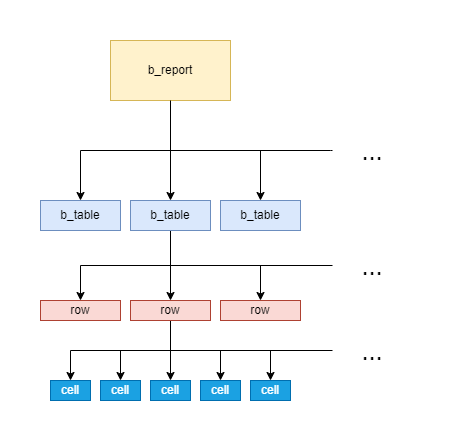
Above: .gitbook/assets/b_report_hierarchy.png in OtabekToshkanov/biruni-docs (draw.io), before the change. Source tidied: cells renumbered, new cells last; positions are measured from the earlier drawing's top-left corner, leaving out a move shared by most shapes. The source it was exported from:
```xml
<mxGraphModel>
  <root>
    <mxCell id="0" />
    <mxCell id="1" parent="0" />
    <mxCell id="2" style="edgeStyle=orthogonalEdgeStyle;rounded=0;jettySize=auto;html=1;" parent="1" edge="1" source="5" target="6">
      <mxGeometry relative="1" as="geometry" />
    </mxCell>
    <mxCell id="3" style="edgeStyle=orthogonalEdgeStyle;rounded=0;jettySize=auto;html=1;entryX=0.5;entryY=0;entryDx=0;entryDy=0;" parent="1" edge="1" source="5" target="13">
      <mxGeometry relative="1" as="geometry" />
    </mxCell>
    <mxCell id="4" style="edgeStyle=orthogonalEdgeStyle;rounded=0;jettySize=auto;html=1;entryX=0;entryY=0.5;entryDx=0;entryDy=0;exitX=0.5;exitY=1;exitDx=0;exitDy=0;endArrow=none;startFill=0;" parent="1" edge="1" source="5" target="14">
      <mxGeometry relative="1" as="geometry">
        <Array as="points">
          <mxPoint x="130" y="110" />
          <mxPoint x="290" y="110" />
        </Array>
      </mxGeometry>
    </mxCell>
    <mxCell id="5" value="b_report" style="whiteSpace=wrap;html=1;fillColor=#fff2cc;strokeColor=#d6b656;" parent="1" vertex="1">
      <mxGeometry x="70" width="120" height="60" as="geometry" />
    </mxCell>
    <mxCell id="6" value="b_table" style="whiteSpace=wrap;html=1;fillColor=#dae8fc;strokeColor=#6c8ebf;" parent="1" vertex="1">
      <mxGeometry y="160" width="80" height="30" as="geometry" />
    </mxCell>
    <mxCell id="7" style="edgeStyle=orthogonalEdgeStyle;rounded=0;jettySize=auto;html=1;exitX=0.5;exitY=1;exitDx=0;exitDy=0;" parent="1" edge="1" source="5" target="12">
      <mxGeometry relative="1" as="geometry" />
    </mxCell>
    <mxCell id="8" style="edgeStyle=orthogonalEdgeStyle;rounded=0;jettySize=auto;html=1;exitX=0.5;exitY=1;exitDx=0;exitDy=0;" parent="1" edge="1" source="12" target="15">
      <mxGeometry relative="1" as="geometry" />
    </mxCell>
    <mxCell id="9" style="edgeStyle=orthogonalEdgeStyle;rounded=0;jettySize=auto;html=1;entryX=0.5;entryY=0;entryDx=0;entryDy=0;" parent="1" edge="1" source="12" target="22">
      <mxGeometry relative="1" as="geometry" />
    </mxCell>
    <mxCell id="10" style="edgeStyle=orthogonalEdgeStyle;rounded=0;jettySize=auto;html=1;entryX=0.5;entryY=0;entryDx=0;entryDy=0;exitX=0.5;exitY=1;exitDx=0;exitDy=0;" parent="1" edge="1" source="12" target="23">
      <mxGeometry relative="1" as="geometry" />
    </mxCell>
    <mxCell id="11" style="edgeStyle=orthogonalEdgeStyle;rounded=0;jettySize=auto;html=1;exitX=0.5;exitY=1;exitDx=0;exitDy=0;entryX=0;entryY=0.5;entryDx=0;entryDy=0;endArrow=none;startFill=0;" parent="1" edge="1" source="12" target="24">
      <mxGeometry relative="1" as="geometry">
        <Array as="points">
          <mxPoint x="130" y="225" />
          <mxPoint x="292" y="225" />
        </Array>
      </mxGeometry>
    </mxCell>
    <mxCell id="12" value="b_table" style="whiteSpace=wrap;html=1;fillColor=#dae8fc;strokeColor=#6c8ebf;" parent="1" vertex="1">
      <mxGeometry x="90" y="160" width="80" height="30" as="geometry" />
    </mxCell>
    <mxCell id="13" value="b_table" style="whiteSpace=wrap;html=1;fillColor=#dae8fc;strokeColor=#6c8ebf;" parent="1" vertex="1">
      <mxGeometry x="180" y="160" width="80" height="30" as="geometry" />
    </mxCell>
    <mxCell id="14" value="&lt;font style=&quot;font-size: 25px;&quot;&gt;...&lt;/font&gt;" style="whiteSpace=wrap;html=1;strokeColor=none;fillColor=none;" parent="1" vertex="1">
      <mxGeometry x="292" y="95" width="80" height="30" as="geometry" />
    </mxCell>
    <mxCell id="15" value="row" style="whiteSpace=wrap;html=1;fillColor=#fad9d5;strokeColor=#ae4132;" parent="1" vertex="1">
      <mxGeometry y="260" width="80" height="20" as="geometry" />
    </mxCell>
    <mxCell id="16" style="edgeStyle=orthogonalEdgeStyle;rounded=0;jettySize=auto;html=1;entryX=0.5;entryY=0;entryDx=0;entryDy=0;exitX=0.5;exitY=1;exitDx=0;exitDy=0;" parent="1" edge="1" source="22" target="25">
      <mxGeometry relative="1" as="geometry" />
    </mxCell>
    <mxCell id="17" style="edgeStyle=orthogonalEdgeStyle;rounded=0;jettySize=auto;html=1;entryX=0.5;entryY=0;entryDx=0;entryDy=0;" parent="1" edge="1" source="22" target="26">
      <mxGeometry relative="1" as="geometry" />
    </mxCell>
    <mxCell id="18" style="edgeStyle=orthogonalEdgeStyle;rounded=0;jettySize=auto;html=1;entryX=0.5;entryY=0;entryDx=0;entryDy=0;" parent="1" edge="1" source="22" target="27">
      <mxGeometry relative="1" as="geometry" />
    </mxCell>
    <mxCell id="19" style="edgeStyle=orthogonalEdgeStyle;rounded=0;jettySize=auto;html=1;entryX=0.5;entryY=0;entryDx=0;entryDy=0;" parent="1" edge="1" source="22" target="28">
      <mxGeometry relative="1" as="geometry" />
    </mxCell>
    <mxCell id="20" style="edgeStyle=orthogonalEdgeStyle;rounded=0;jettySize=auto;html=1;entryX=0.5;entryY=0;entryDx=0;entryDy=0;exitX=0.5;exitY=1;exitDx=0;exitDy=0;" parent="1" edge="1" source="22" target="29">
      <mxGeometry relative="1" as="geometry" />
    </mxCell>
    <mxCell id="21" style="edgeStyle=orthogonalEdgeStyle;rounded=0;jettySize=auto;html=1;entryX=0;entryY=0.5;entryDx=0;entryDy=0;exitX=0.5;exitY=1;exitDx=0;exitDy=0;endArrow=none;startFill=0;flowAnimation=0;shadow=0;" parent="1" edge="1" source="22" target="30">
      <mxGeometry relative="1" as="geometry" />
    </mxCell>
    <mxCell id="22" value="row" style="whiteSpace=wrap;html=1;fillColor=#fad9d5;strokeColor=#ae4132;" parent="1" vertex="1">
      <mxGeometry x="90" y="260" width="80" height="20" as="geometry" />
    </mxCell>
    <mxCell id="23" value="row" style="whiteSpace=wrap;html=1;fillColor=#fad9d5;strokeColor=#ae4132;" parent="1" vertex="1">
      <mxGeometry x="180" y="260" width="80" height="20" as="geometry" />
    </mxCell>
    <mxCell id="24" value="&lt;font style=&quot;font-size: 25px;&quot;&gt;...&lt;/font&gt;" style="whiteSpace=wrap;html=1;strokeColor=none;fillColor=none;" parent="1" vertex="1">
      <mxGeometry x="292" y="215" width="80" height="20" as="geometry" />
    </mxCell>
    <mxCell id="25" value="cell" style="whiteSpace=wrap;html=1;fillColor=#1ba1e2;strokeColor=#006EAF;fontColor=#ffffff;" parent="1" vertex="1">
      <mxGeometry x="10" y="340" width="40" height="20" as="geometry" />
    </mxCell>
    <mxCell id="26" value="cell" style="whiteSpace=wrap;html=1;fillColor=#1ba1e2;strokeColor=#006EAF;fontColor=#ffffff;" parent="1" vertex="1">
      <mxGeometry x="60" y="340" width="40" height="20" as="geometry" />
    </mxCell>
    <mxCell id="27" value="cell" style="whiteSpace=wrap;html=1;fillColor=#1ba1e2;strokeColor=#006EAF;fontColor=#ffffff;" parent="1" vertex="1">
      <mxGeometry x="110" y="340" width="40" height="20" as="geometry" />
    </mxCell>
    <mxCell id="28" value="cell" style="whiteSpace=wrap;html=1;fillColor=#1ba1e2;strokeColor=#006EAF;fontColor=#ffffff;" parent="1" vertex="1">
      <mxGeometry x="160" y="340" width="40" height="20" as="geometry" />
    </mxCell>
    <mxCell id="29" value="cell" style="whiteSpace=wrap;html=1;fillColor=#1ba1e2;strokeColor=#006EAF;fontColor=#ffffff;" parent="1" vertex="1">
      <mxGeometry x="210" y="340" width="40" height="20" as="geometry" />
    </mxCell>
    <mxCell id="30" value="&lt;font style=&quot;font-size: 25px;&quot;&gt;...&lt;/font&gt;" style="whiteSpace=wrap;html=1;strokeColor=none;fillColor=none;" parent="1" vertex="1">
      <mxGeometry x="292" y="300" width="80" height="20" as="geometry" />
    </mxCell>
  </root>
</mxGraphModel>
```
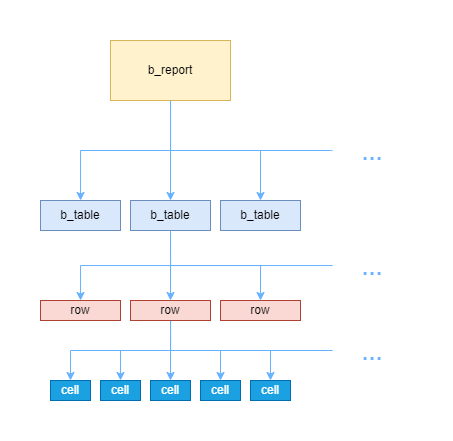
The same diagram one commit later.

What changed in the source:
```diff
@@ -2,13 +2,13 @@
   <root>
     <mxCell id="0" />
     <mxCell id="1" parent="0" />
-    <mxCell id="2" style="edgeStyle=orthogonalEdgeStyle;rounded=0;jettySize=auto;html=1;" parent="1" edge="1" source="5" target="6">
+    <mxCell id="2" style="edgeStyle=orthogonalEdgeStyle;rounded=0;jettySize=auto;html=1;strokeColor=#66B2FF;" parent="1" edge="1" source="5" target="6">
       <mxGeometry relative="1" as="geometry" />
     </mxCell>
-    <mxCell id="3" style="edgeStyle=orthogonalEdgeStyle;rounded=0;jettySize=auto;html=1;entryX=0.5;entryY=0;entryDx=0;entryDy=0;" parent="1" edge="1" source="5" target="13">
+    <mxCell id="3" style="edgeStyle=orthogonalEdgeStyle;rounded=0;jettySize=auto;html=1;entryX=0.5;entryY=0;entryDx=0;entryDy=0;strokeColor=#66B2FF;" parent="1" edge="1" source="5" target="13">
       <mxGeometry relative="1" as="geometry" />
     </mxCell>
-    <mxCell id="4" style="edgeStyle=orthogonalEdgeStyle;rounded=0;jettySize=auto;html=1;entryX=0;entryY=0.5;entryDx=0;entryDy=0;exitX=0.5;exitY=1;exitDx=0;exitDy=0;endArrow=none;startFill=0;" parent="1" edge="1" source="5" target="14">
+    <mxCell id="4" style="edgeStyle=orthogonalEdgeStyle;rounded=0;jettySize=auto;html=1;entryX=0;entryY=0.5;entryDx=0;entryDy=0;exitX=0.5;exitY=1;exitDx=0;exitDy=0;endArrow=none;startFill=0;strokeColor=#66B2FF;" parent="1" edge="1" source="5" target="14">
       <mxGeometry relative="1" as="geometry">
         <Array as="points">
           <mxPoint x="130" y="110" />
@@ -22,19 +22,19 @@
     <mxCell id="6" value="b_table" style="whiteSpace=wrap;html=1;fillColor=#dae8fc;strokeColor=#6c8ebf;" parent="1" vertex="1">
       <mxGeometry y="160" width="80" height="30" as="geometry" />
     </mxCell>
-    <mxCell id="7" style="edgeStyle=orthogonalEdgeStyle;rounded=0;jettySize=auto;html=1;exitX=0.5;exitY=1;exitDx=0;exitDy=0;" parent="1" edge="1" source="5" target="12">
+    <mxCell id="7" style="edgeStyle=orthogonalEdgeStyle;rounded=0;jettySize=auto;html=1;exitX=0.5;exitY=1;exitDx=0;exitDy=0;strokeColor=#66B2FF;" parent="1" edge="1" source="5" target="12">
       <mxGeometry relative="1" as="geometry" />
     </mxCell>
-    <mxCell id="8" style="edgeStyle=orthogonalEdgeStyle;rounded=0;jettySize=auto;html=1;exitX=0.5;exitY=1;exitDx=0;exitDy=0;" parent="1" edge="1" source="12" target="15">
+    <mxCell id="8" style="edgeStyle=orthogonalEdgeStyle;rounded=0;jettySize=auto;html=1;exitX=0.5;exitY=1;exitDx=0;exitDy=0;strokeColor=#66B2FF;" parent="1" edge="1" source="12" target="15">
       <mxGeometry relative="1" as="geometry" />
     </mxCell>
-    <mxCell id="9" style="edgeStyle=orthogonalEdgeStyle;rounded=0;jettySize=auto;html=1;entryX=0.5;entryY=0;entryDx=0;entryDy=0;" parent="1" edge="1" source="12" target="22">
+    <mxCell id="9" style="edgeStyle=orthogonalEdgeStyle;rounded=0;jettySize=auto;html=1;entryX=0.5;entryY=0;entryDx=0;entryDy=0;strokeColor=#66B2FF;" parent="1" edge="1" source="12" target="22">
       <mxGeometry relative="1" as="geometry" />
     </mxCell>
-    <mxCell id="10" style="edgeStyle=orthogonalEdgeStyle;rounded=0;jettySize=auto;html=1;entryX=0.5;entryY=0;entryDx=0;entryDy=0;exitX=0.5;exitY=1;exitDx=0;exitDy=0;" parent="1" edge="1" source="12" target="23">
+    <mxCell id="10" style="edgeStyle=orthogonalEdgeStyle;rounded=0;jettySize=auto;html=1;entryX=0.5;entryY=0;entryDx=0;entryDy=0;exitX=0.5;exitY=1;exitDx=0;exitDy=0;strokeColor=#66B2FF;" parent="1" edge="1" source="12" target="23">
       <mxGeometry relative="1" as="geometry" />
     </mxCell>
-    <mxCell id="11" style="edgeStyle=orthogonalEdgeStyle;rounded=0;jettySize=auto;html=1;exitX=0.5;exitY=1;exitDx=0;exitDy=0;entryX=0;entryY=0.5;entryDx=0;entryDy=0;endArrow=none;startFill=0;" parent="1" edge="1" source="12" target="24">
+    <mxCell id="11" style="edgeStyle=orthogonalEdgeStyle;rounded=0;jettySize=auto;html=1;exitX=0.5;exitY=1;exitDx=0;exitDy=0;entryX=0;entryY=0.5;entryDx=0;entryDy=0;endArrow=none;startFill=0;strokeColor=#66B2FF;" parent="1" edge="1" source="12" target="24">
       <mxGeometry relative="1" as="geometry">
         <Array as="points">
           <mxPoint x="130" y="225" />
@@ -48,28 +48,28 @@
     <mxCell id="13" value="b_table" style="whiteSpace=wrap;html=1;fillColor=#dae8fc;strokeColor=#6c8ebf;" parent="1" vertex="1">
       <mxGeometry x="180" y="160" width="80" height="30" as="geometry" />
     </mxCell>
-    <mxCell id="14" value="&lt;font style=&quot;font-size: 25px;&quot;&gt;...&lt;/font&gt;" style="whiteSpace=wrap;html=1;strokeColor=none;fillColor=none;" parent="1" vertex="1">
+    <mxCell id="14" value="&lt;font style=&quot;font-size: 25px;&quot;&gt;...&lt;/font&gt;" style="whiteSpace=wrap;html=1;strokeColor=none;fillColor=none;fontColor=#66B2FF;" parent="1" vertex="1">
       <mxGeometry x="292" y="95" width="80" height="30" as="geometry" />
     </mxCell>
     <mxCell id="15" value="row" style="whiteSpace=wrap;html=1;fillColor=#fad9d5;strokeColor=#ae4132;" parent="1" vertex="1">
       <mxGeometry y="260" width="80" height="20" as="geometry" />
     </mxCell>
-    <mxCell id="16" style="edgeStyle=orthogonalEdgeStyle;rounded=0;jettySize=auto;html=1;entryX=0.5;entryY=0;entryDx=0;entryDy=0;exitX=0.5;exitY=1;exitDx=0;exitDy=0;" parent="1" edge="1" source="22" target="25">
+    <mxCell id="16" style="edgeStyle=orthogonalEdgeStyle;rounded=0;jettySize=auto;html=1;entryX=0.5;entryY=0;entryDx=0;entryDy=0;exitX=0.5;exitY=1;exitDx=0;exitDy=0;strokeColor=#66B2FF;" parent="1" edge="1" source="22" target="25">
       <mxGeometry relative="1" as="geometry" />
     </mxCell>
-    <mxCell id="17" style="edgeStyle=orthogonalEdgeStyle;rounded=0;jettySize=auto;html=1;entryX=0.5;entryY=0;entryDx=0;entryDy=0;" parent="1" edge="1" source="22" target="26">
+    <mxCell id="17" style="edgeStyle=orthogonalEdgeStyle;rounded=0;jettySize=auto;html=1;entryX=0.5;entryY=0;entryDx=0;entryDy=0;strokeColor=#66B2FF;" parent="1" edge="1" source="22" target="26">
       <mxGeometry relative="1" as="geometry" />
     </mxCell>
-    <mxCell id="18" style="edgeStyle=orthogonalEdgeStyle;rounded=0;jettySize=auto;html=1;entryX=0.5;entryY=0;entryDx=0;entryDy=0;" parent="1" edge="1" source="22" target="27">
+    <mxCell id="18" style="edgeStyle=orthogonalEdgeStyle;rounded=0;jettySize=auto;html=1;entryX=0.5;entryY=0;entryDx=0;entryDy=0;strokeColor=#66B2FF;" parent="1" edge="1" source="22" target="27">
       <mxGeometry relative="1" as="geometry" />
     </mxCell>
-    <mxCell id="19" style="edgeStyle=orthogonalEdgeStyle;rounded=0;jettySize=auto;html=1;entryX=0.5;entryY=0;entryDx=0;entryDy=0;" parent="1" edge="1" source="22" target="28">
+    <mxCell id="19" style="edgeStyle=orthogonalEdgeStyle;rounded=0;jettySize=auto;html=1;entryX=0.5;entryY=0;entryDx=0;entryDy=0;strokeColor=#66B2FF;" parent="1" edge="1" source="22" target="28">
       <mxGeometry relative="1" as="geometry" />
     </mxCell>
-    <mxCell id="20" style="edgeStyle=orthogonalEdgeStyle;rounded=0;jettySize=auto;html=1;entryX=0.5;entryY=0;entryDx=0;entryDy=0;exitX=0.5;exitY=1;exitDx=0;exitDy=0;" parent="1" edge="1" source="22" target="29">
+    <mxCell id="20" style="edgeStyle=orthogonalEdgeStyle;rounded=0;jettySize=auto;html=1;entryX=0.5;entryY=0;entryDx=0;entryDy=0;exitX=0.5;exitY=1;exitDx=0;exitDy=0;strokeColor=#66B2FF;" parent="1" edge="1" source="22" target="29">
       <mxGeometry relative="1" as="geometry" />
     </mxCell>
-    <mxCell id="21" style="edgeStyle=orthogonalEdgeStyle;rounded=0;jettySize=auto;html=1;entryX=0;entryY=0.5;entryDx=0;entryDy=0;exitX=0.5;exitY=1;exitDx=0;exitDy=0;endArrow=none;startFill=0;flowAnimation=0;shadow=0;" parent="1" edge="1" source="22" target="30">
+    <mxCell id="21" style="edgeStyle=orthogonalEdgeStyle;rounded=0;jettySize=auto;html=1;entryX=0;entryY=0.5;entryDx=0;entryDy=0;exitX=0.5;exitY=1;exitDx=0;exitDy=0;endArrow=none;startFill=0;flowAnimation=0;shadow=0;strokeColor=#66B2FF;" parent="1" edge="1" source="22" target="30">
       <mxGeometry relative="1" as="geometry" />
     </mxCell>
     <mxCell id="22" value="row" style="whiteSpace=wrap;html=1;fillColor=#fad9d5;strokeColor=#ae4132;" parent="1" vertex="1">
@@ -78,7 +78,7 @@
     <mxCell id="23" value="row" style="whiteSpace=wrap;html=1;fillColor=#fad9d5;strokeColor=#ae4132;" parent="1" vertex="1">
       <mxGeometry x="180" y="260" width="80" height="20" as="geometry" />
     </mxCell>
-    <mxCell id="24" value="&lt;font style=&quot;font-size: 25px;&quot;&gt;...&lt;/font&gt;" style="whiteSpace=wrap;html=1;strokeColor=none;fillColor=none;" parent="1" vertex="1">
+    <mxCell id="24" value="&lt;font style=&quot;font-size: 25px;&quot;&gt;...&lt;/font&gt;" style="whiteSpace=wrap;html=1;strokeColor=none;fillColor=none;fontColor=#66B2FF;" parent="1" vertex="1">
       <mxGeometry x="292" y="215" width="80" height="20" as="geometry" />
     </mxCell>
     <mxCell id="25" value="cell" style="whiteSpace=wrap;html=1;fillColor=#1ba1e2;strokeColor=#006EAF;fontColor=#ffffff;" parent="1" vertex="1">
@@ -96,7 +96,7 @@
     <mxCell id="29" value="cell" style="whiteSpace=wrap;html=1;fillColor=#1ba1e2;strokeColor=#006EAF;fontColor=#ffffff;" parent="1" vertex="1">
       <mxGeometry x="210" y="340" width="40" height="20" as="geometry" />
     </mxCell>
-    <mxCell id="30" value="&lt;font style=&quot;font-size: 25px;&quot;&gt;...&lt;/font&gt;" style="whiteSpace=wrap;html=1;strokeColor=none;fillColor=none;" parent="1" vertex="1">
+    <mxCell id="30" value="&lt;font style=&quot;font-size: 25px;&quot;&gt;...&lt;/font&gt;" style="whiteSpace=wrap;html=1;strokeColor=none;fillColor=none;fontColor=#66B2FF;" parent="1" vertex="1">
       <mxGeometry x="292" y="300" width="80" height="20" as="geometry" />
     </mxCell>
   </root>
```
